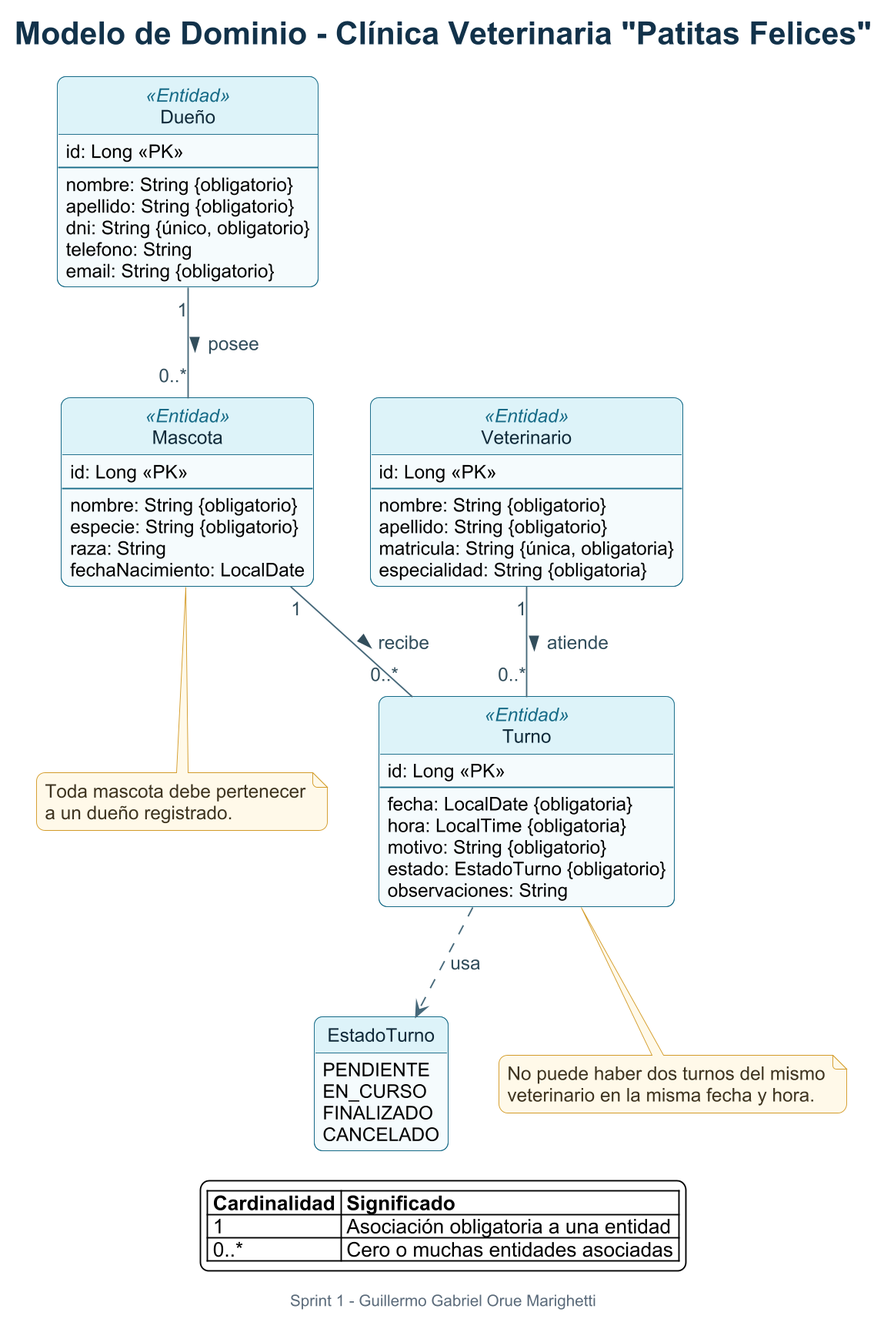
Above: docs/diagrama-dominio.png in ggomarighetti/vetSystem-Orue-Marighetti (PlantUML), before the change.
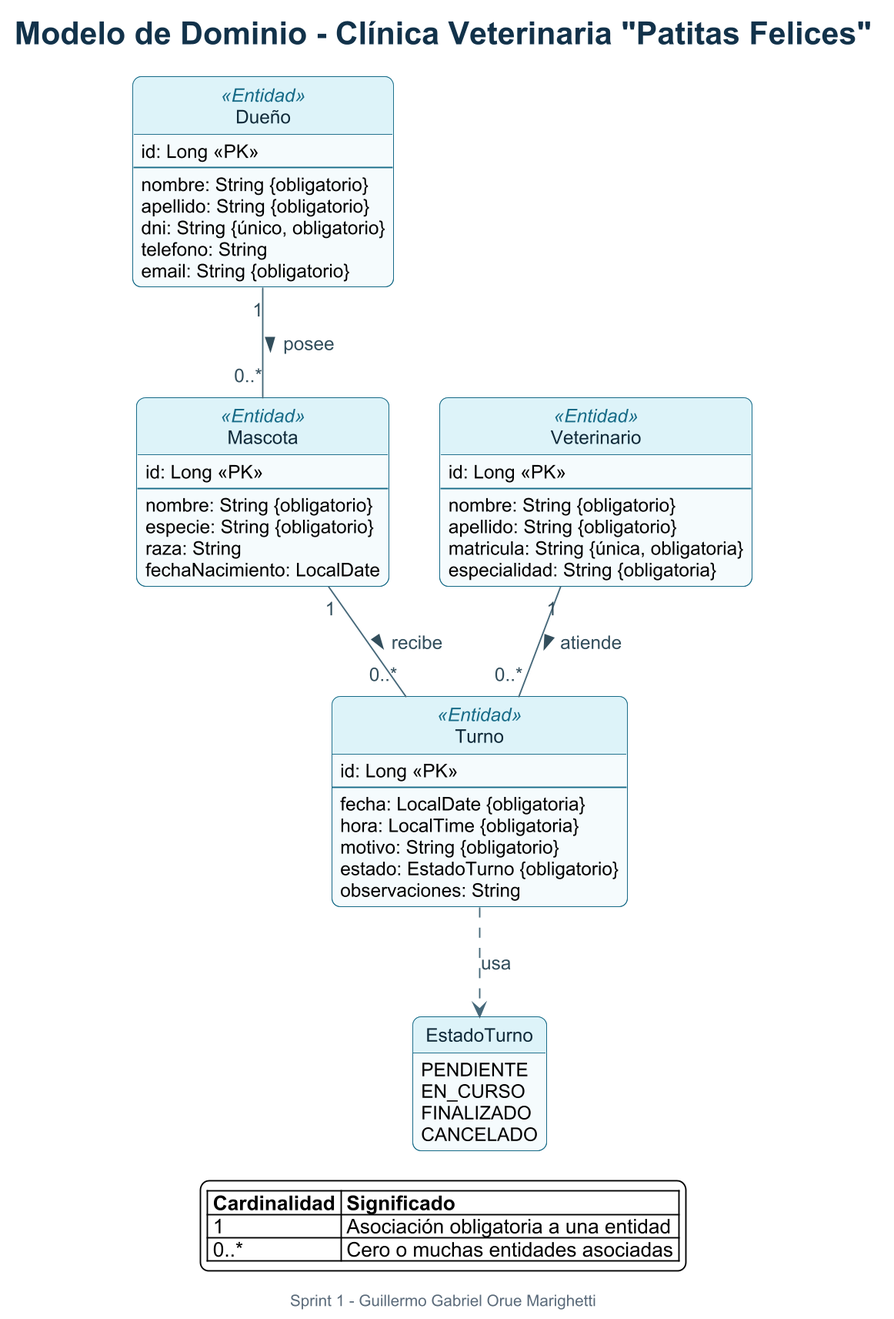
After the change.

Commit message:
docs: quitar comentarios del diagrama de dominio

Change to the diagram source:
```diff
@@ -24,9 +24,6 @@
 skinparam enumFontColor #174B37
 skinparam arrowColor #47697A
 skinparam arrowFontColor #334E5C
-skinparam noteBorderColor #D39B2A
-skinparam noteBackgroundColor #FFF9E8
-skinparam noteFontColor #3E3420
 
 hide methods
 hide circle
@@ -81,16 +78,6 @@
 Veterinario "1" -- "0..*" Turno : atiende >
 Turno ..> EstadoTurno : usa
 
-note bottom of Mascota
-  Toda mascota debe pertenecer
-  a un dueño registrado.
-end note
-
-note bottom of Turno
-  No puede haber dos turnos del mismo
-  veterinario en la misma fecha y hora.
-end note
-
 legend bottom
   |= Cardinalidad |= Significado |
   | 1 | Asociación obligatoria a una entidad |
```
